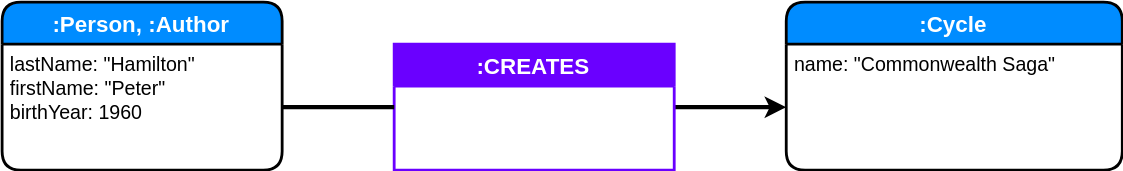
Above: docs/images/relationship_details_1.svg in marcdexet-cnrs/loops_neo4j_presentation (draw.io), before the change. Source tidied: cells renumbered, new cells last; positions are measured from the earlier drawing's top-left corner, leaving out a move shared by most shapes. Its diagram source:
```xml
<mxGraphModel background="#ffffff">
  <root>
    <mxCell id="0" />
    <mxCell id="1" parent="0" />
    <mxCell id="2" value=":Person, :Author" style="swimlane;horizontal=1;startSize=30;fillColor=#008cff;fontColor=#FFFFFF;rounded=1;fontSize=16;fontStyle=1;strokeWidth=2;shadow=0;dashed=0;align=center;" parent="1" vertex="1">
      <mxGeometry width="200" height="120" as="geometry" />
    </mxCell>
    <mxCell id="3" value="lastName: &quot;Hamilton&quot;&#10;firstName: &quot;Peter&quot;&#10;birthYear: 1960&#10;" style="align=left;strokeColor=none;fillColor=none;spacingLeft=4;fontSize=14;verticalAlign=top;" parent="2" vertex="1">
      <mxGeometry y="30" width="200" height="90" as="geometry" />
    </mxCell>
    <mxCell id="4" value=":Cycle" style="swimlane;horizontal=1;startSize=30;fillColor=#008cff;fontColor=#FFFFFF;rounded=1;fontSize=16;fontStyle=1;strokeWidth=2;shadow=0;dashed=0;align=center;" parent="1" vertex="1">
      <mxGeometry x="560" width="240" height="120" as="geometry" />
    </mxCell>
    <mxCell id="5" value="name: &quot;Commonwealth Saga&quot;" style="align=left;strokeColor=none;fillColor=none;spacingLeft=4;fontSize=14;verticalAlign=top;" parent="4" vertex="1">
      <mxGeometry y="30" width="240" height="90" as="geometry" />
    </mxCell>
    <mxCell id="6" style="edgeStyle=orthogonalEdgeStyle;rounded=0;html=1;jettySize=auto;fontSize=14;strokeWidth=3;" parent="1" edge="1" source="7" target="5">
      <mxGeometry relative="1" as="geometry" />
    </mxCell>
    <mxCell id="7" value=":CREATES" style="swimlane;horizontal=1;startSize=30;fillColor=#6a00ff;fontColor=#ffffff;rounded=0;fontSize=16;fontStyle=1;strokeWidth=2;shadow=0;dashed=0;align=center;strokeColor=#6a00ff;" parent="1" vertex="1">
      <mxGeometry x="280" y="30" width="200" height="90" as="geometry" />
    </mxCell>
    <mxCell id="8" style="edgeStyle=orthogonalEdgeStyle;rounded=0;html=1;jettySize=auto;fontSize=14;endArrow=none;endFill=0;strokeWidth=3;" parent="1" edge="1" source="3" target="7">
      <mxGeometry relative="1" as="geometry" />
    </mxCell>
  </root>
</mxGraphModel>
```
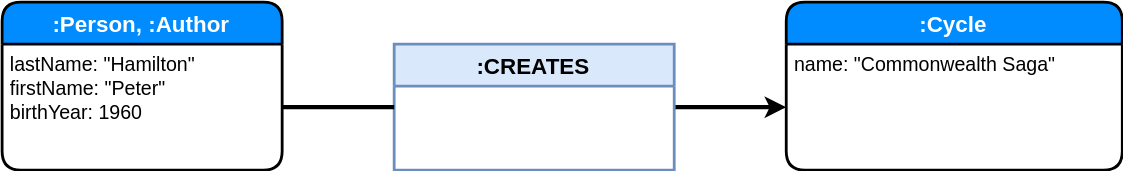
Above is the later version.

Change to the diagram source:
```diff
@@ -17,7 +17,7 @@
     <mxCell id="6" style="edgeStyle=orthogonalEdgeStyle;rounded=0;html=1;jettySize=auto;fontSize=14;strokeWidth=3;" parent="1" edge="1" source="7" target="5">
       <mxGeometry relative="1" as="geometry" />
     </mxCell>
-    <mxCell id="7" value=":CREATES" style="swimlane;horizontal=1;startSize=30;fillColor=#6a00ff;fontColor=#ffffff;rounded=0;fontSize=16;fontStyle=1;strokeWidth=2;shadow=0;dashed=0;align=center;strokeColor=#6a00ff;" parent="1" vertex="1">
+    <mxCell id="7" value=":CREATES" style="swimlane;horizontal=1;startSize=30;fillColor=#dae8fc;rounded=0;fontSize=16;fontStyle=1;strokeWidth=2;shadow=0;dashed=0;align=center;strokeColor=#6c8ebf;" parent="1" vertex="1">
       <mxGeometry x="280" y="30" width="200" height="90" as="geometry" />
     </mxCell>
     <mxCell id="8" style="edgeStyle=orthogonalEdgeStyle;rounded=0;html=1;jettySize=auto;fontSize=14;endArrow=none;endFill=0;strokeWidth=3;" parent="1" edge="1" source="3" target="7">
```
